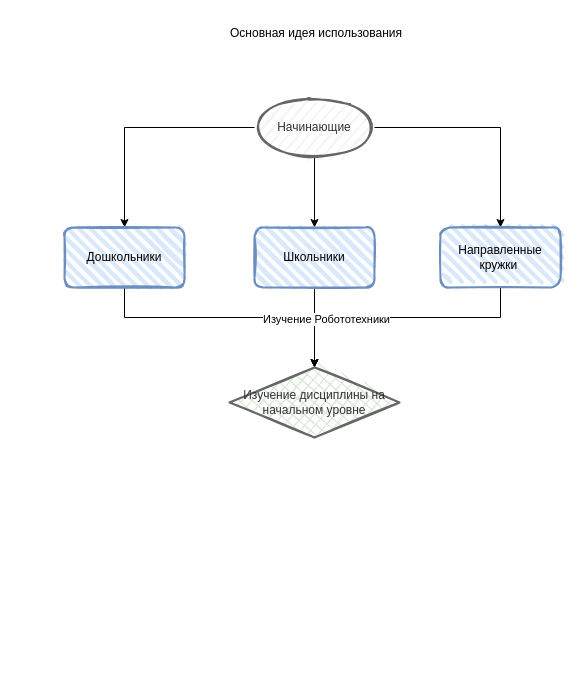
Before: структура_программы.drawio in youngdaughterezelput/IDE_with_Programming, a draw.io diagram. Source tidied: cells renumbered, new cells numbered last; positions are measured from the earlier drawing's top-left corner, leaving out a move shared by most shapes. Both pictures are drawn from the tidied source at 100%, with x=0, y=0 at pixel (64, 17).
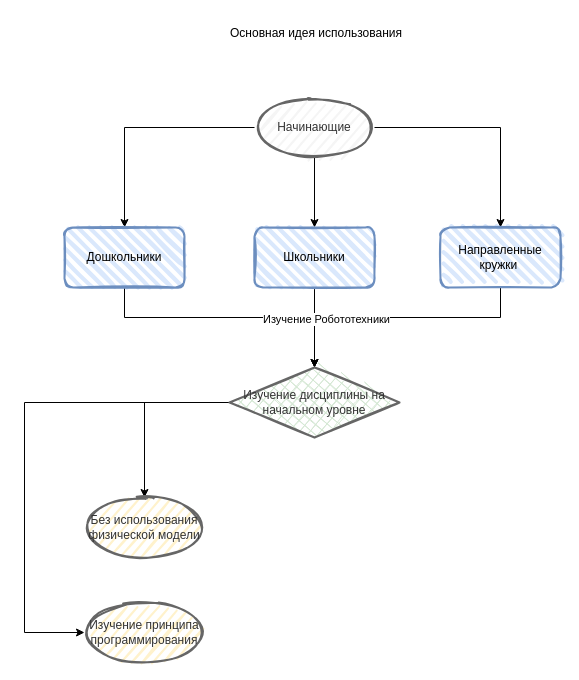
The same page after the edit.

Unchanged cells that the change refers to:
```xml
<mxCell id="14" value="Изучение дисциплины на начальном уровне" style="rhombus;whiteSpace=wrap;html=1;strokeWidth=2;fillWeight=-1;hachureGap=8;fillStyle=cross-hatch;sketch=1;fillColor=#D5E8D4;fontColor=#333333;strokeColor=#666666;" parent="1" vertex="1">
  <mxGeometry x="165" y="350" width="170" height="70" as="geometry" />
</mxCell>
```

Diff of the diagram source:
```diff
@@
+    <mxCell id="15" style="edgeStyle=orthogonalEdgeStyle;rounded=0;jettySize=auto;html=1;" parent="1" edge="1" source="14" target="17">
+      <mxGeometry relative="1" as="geometry" />
+    </mxCell>
+    <mxCell id="16" style="edgeStyle=orthogonalEdgeStyle;rounded=0;jettySize=auto;html=1;" parent="1" edge="1" source="14" target="18">
+      <mxGeometry relative="1" as="geometry">
+        <Array as="points">
+          <mxPoint x="-40" y="385" />
+          <mxPoint x="-40" y="615" />
+        </Array>
+      </mxGeometry>
+    </mxCell>
@@
+    <mxCell id="17" value="Без использования физической модели" style="ellipse;whiteSpace=wrap;html=1;strokeWidth=2;fillWeight=2;hachureGap=8;fillColor=#FFF2CC;fillStyle=dots;sketch=1;strokeColor=#666666;fontColor=#333333;" parent="1" vertex="1">
+      <mxGeometry x="20" y="480" width="120" height="60" as="geometry" />
+    </mxCell>
+    <mxCell id="18" value="Изучение принципа программирования" style="ellipse;whiteSpace=wrap;html=1;strokeWidth=2;fillWeight=2;hachureGap=8;fillColor=#FFF2CC;fillStyle=dots;sketch=1;strokeColor=#666666;fontColor=#333333;" parent="1" vertex="1">
+      <mxGeometry x="20" y="585" width="120" height="60" as="geometry" />
+    </mxCell>
```
